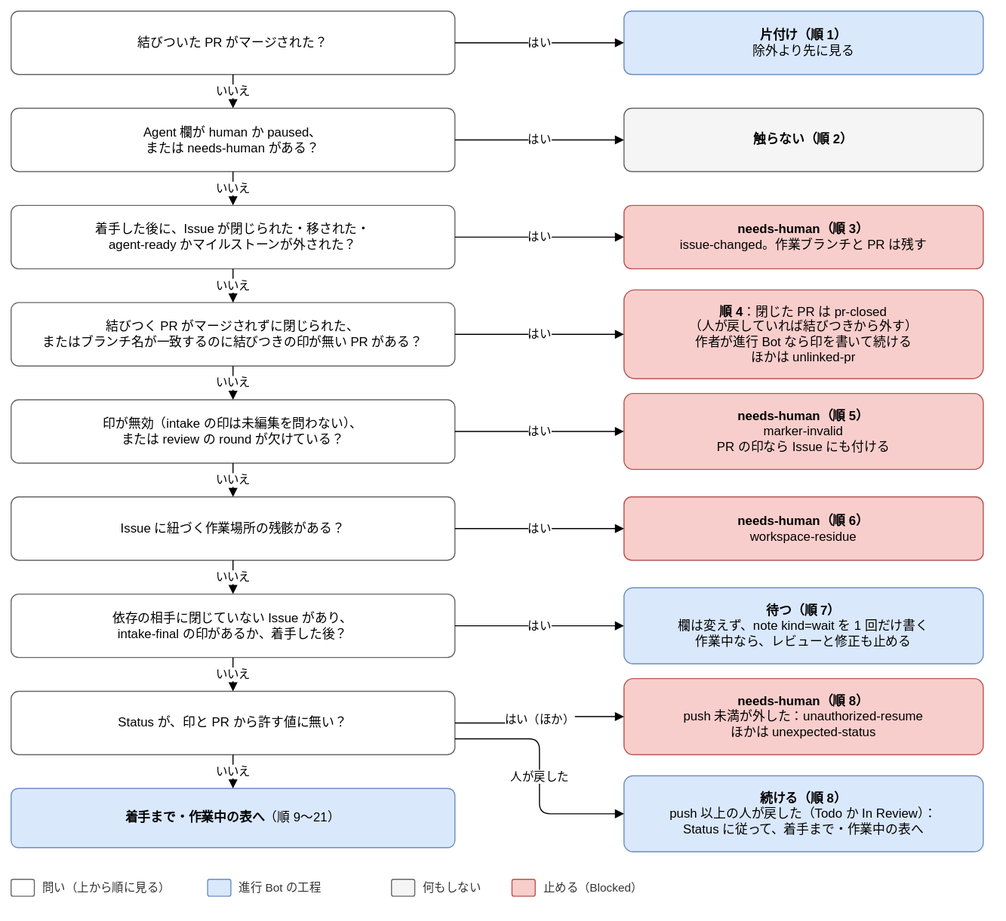
This is docs/design/basic/diagrams/02-next-step-stops.drawio.svg from Joymerrevent/dev-autopilot, a draw.io export, as it was before one commit. Source tidied: cells renumbered, new cells last; positions are measured from the earlier drawing's top-left corner, leaving out a move shared by most shapes.
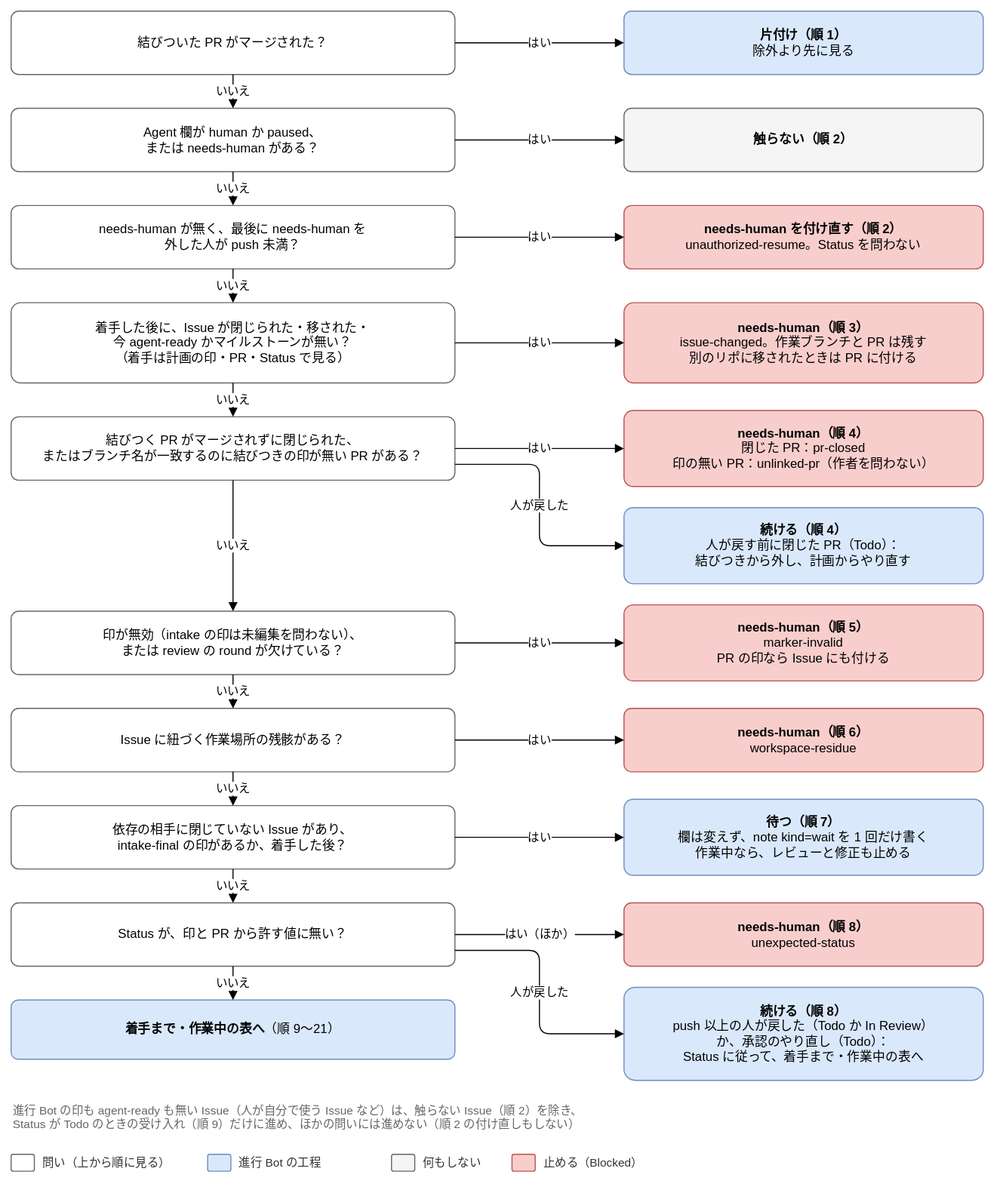
After the commit.

What changed in the source:
```diff
@@ -23,23 +23,23 @@
     <mxCell id="8" value="いいえ" style="edgeStyle=orthogonalEdgeStyle;rounded=1;html=1;endArrow=block;endFill=1;fontSize=11;labelBackgroundColor=#ffffff;exitX=0.5;exitY=1;exitDx=0;exitDy=0;entryX=0.5;entryY=0;entryDx=0;entryDy=0;" parent="1" edge="1" source="2" target="5">
       <mxGeometry relative="1" as="geometry" />
     </mxCell>
-    <mxCell id="9" value="着手した後に、Issue が閉じられた・移された・&lt;br&gt;agent-ready かマイルストーンが外された？" style="rounded=1;whiteSpace=wrap;html=1;fontSize=12;arcSize=12;spacing=12;fillColor=#ffffff;strokeColor=#666666;" parent="1" vertex="1">
-      <mxGeometry y="184" width="420" height="60" as="geometry" />
+    <mxCell id="9" value="着手した後に、Issue が閉じられた・移された・&lt;br&gt;今 agent-ready かマイルストーンが無い？&lt;br&gt;（着手は計画の印・PR・Status で見る）" style="rounded=1;whiteSpace=wrap;html=1;fontSize=12;arcSize=12;spacing=12;fillColor=#ffffff;strokeColor=#666666;" parent="1" vertex="1">
+      <mxGeometry y="276" width="420" height="76" as="geometry" />
     </mxCell>
-    <mxCell id="10" value="&lt;b&gt;needs-human（順 3）&lt;/b&gt;&lt;br&gt;issue-changed。作業ブランチと PR は残す" style="rounded=1;whiteSpace=wrap;html=1;fontSize=12;arcSize=12;spacing=12;fillColor=#f8cecc;strokeColor=#b85450;" parent="1" vertex="1">
-      <mxGeometry x="580" y="184" width="340" height="60" as="geometry" />
+    <mxCell id="10" value="&lt;b&gt;needs-human（順 3）&lt;/b&gt;&lt;br&gt;issue-changed。作業ブランチと PR は残す&lt;br&gt;別のリポに移されたときは PR に付ける" style="rounded=1;whiteSpace=wrap;html=1;fontSize=12;arcSize=12;spacing=12;fillColor=#f8cecc;strokeColor=#b85450;" parent="1" vertex="1">
+      <mxGeometry x="580" y="276" width="340" height="76" as="geometry" />
     </mxCell>
     <mxCell id="11" value="はい" style="edgeStyle=orthogonalEdgeStyle;rounded=1;html=1;endArrow=block;endFill=1;fontSize=11;labelBackgroundColor=#ffffff;exitX=1;exitY=0.5;exitDx=0;exitDy=0;entryX=0;entryY=0.5;entryDx=0;entryDy=0;" parent="1" edge="1" source="9" target="10">
       <mxGeometry relative="1" as="geometry" />
     </mxCell>
-    <mxCell id="12" value="いいえ" style="edgeStyle=orthogonalEdgeStyle;rounded=1;html=1;endArrow=block;endFill=1;fontSize=11;labelBackgroundColor=#ffffff;exitX=0.5;exitY=1;exitDx=0;exitDy=0;entryX=0.5;entryY=0;entryDx=0;entryDy=0;" parent="1" edge="1" source="5" target="9">
+    <mxCell id="12" value="いいえ" style="edgeStyle=orthogonalEdgeStyle;rounded=1;html=1;endArrow=block;endFill=1;fontSize=11;labelBackgroundColor=#ffffff;exitX=0.5;exitY=1;exitDx=0;exitDy=0;entryX=0.5;entryY=0;entryDx=0;entryDy=0;" parent="1" edge="1" source="5" target="45">
       <mxGeometry relative="1" as="geometry" />
     </mxCell>
     <mxCell id="13" value="結びつく PR がマージされずに閉じられた、&lt;br&gt;またはブランチ名が一致するのに結びつきの印が無い PR がある？" style="rounded=1;whiteSpace=wrap;html=1;fontSize=12;arcSize=12;spacing=12;fillColor=#ffffff;strokeColor=#666666;" parent="1" vertex="1">
-      <mxGeometry y="276" width="420" height="60" as="geometry" />
+      <mxGeometry y="384" width="420" height="60" as="geometry" />
     </mxCell>
-    <mxCell id="14" value="&lt;b&gt;順 4&lt;/b&gt;：閉じた PR は pr-closed&lt;br&gt;（人が戻していれば結びつきから外す）&lt;br&gt;作者が進行 Bot なら印を書いて続ける&lt;br&gt;ほかは unlinked-pr" style="rounded=1;whiteSpace=wrap;html=1;fontSize=12;arcSize=12;spacing=12;fillColor=#f8cecc;strokeColor=#b85450;" parent="1" vertex="1">
-      <mxGeometry x="580" y="264" width="340" height="84" as="geometry" />
+    <mxCell id="14" value="&lt;b&gt;needs-human（順 4）&lt;/b&gt;&lt;br&gt;閉じた PR：pr-closed&lt;br&gt;印の無い PR：unlinked-pr（作者を問わない）" style="rounded=1;whiteSpace=wrap;html=1;fontSize=12;arcSize=12;spacing=12;fillColor=#f8cecc;strokeColor=#b85450;" parent="1" vertex="1">
+      <mxGeometry x="580" y="378" width="340" height="72" as="geometry" />
     </mxCell>
     <mxCell id="15" value="はい" style="edgeStyle=orthogonalEdgeStyle;rounded=1;html=1;endArrow=block;endFill=1;fontSize=11;labelBackgroundColor=#ffffff;exitX=1;exitY=0.5;exitDx=0;exitDy=0;entryX=0;entryY=0.5;entryDx=0;entryDy=0;" parent="1" edge="1" source="13" target="14">
       <mxGeometry relative="1" as="geometry" />
@@ -48,10 +48,10 @@
       <mxGeometry relative="1" as="geometry" />
     </mxCell>
     <mxCell id="17" value="印が無効（intake の印は未編集を問わない）、&lt;br&gt;または review の round が欠けている？" style="rounded=1;whiteSpace=wrap;html=1;fontSize=12;arcSize=12;spacing=12;fillColor=#ffffff;strokeColor=#666666;" parent="1" vertex="1">
-      <mxGeometry y="368" width="420" height="60" as="geometry" />
+      <mxGeometry y="568" width="420" height="60" as="geometry" />
     </mxCell>
     <mxCell id="18" value="&lt;b&gt;needs-human（順 5）&lt;/b&gt;&lt;br&gt;marker-invalid&lt;br&gt;PR の印なら Issue にも付ける" style="rounded=1;whiteSpace=wrap;html=1;fontSize=12;arcSize=12;spacing=12;fillColor=#f8cecc;strokeColor=#b85450;" parent="1" vertex="1">
-      <mxGeometry x="580" y="362" width="340" height="72" as="geometry" />
+      <mxGeometry x="580" y="562" width="340" height="72" as="geometry" />
     </mxCell>
     <mxCell id="19" value="はい" style="edgeStyle=orthogonalEdgeStyle;rounded=1;html=1;endArrow=block;endFill=1;fontSize=11;labelBackgroundColor=#ffffff;exitX=1;exitY=0.5;exitDx=0;exitDy=0;entryX=0;entryY=0.5;entryDx=0;entryDy=0;" parent="1" edge="1" source="17" target="18">
       <mxGeometry relative="1" as="geometry" />
@@ -60,10 +60,10 @@
       <mxGeometry relative="1" as="geometry" />
     </mxCell>
     <mxCell id="21" value="Issue に紐づく作業場所の残骸がある？" style="rounded=1;whiteSpace=wrap;html=1;fontSize=12;arcSize=12;spacing=12;fillColor=#ffffff;strokeColor=#666666;" parent="1" vertex="1">
-      <mxGeometry y="460" width="420" height="60" as="geometry" />
+      <mxGeometry y="660" width="420" height="60" as="geometry" />
     </mxCell>
     <mxCell id="22" value="&lt;b&gt;needs-human（順 6）&lt;/b&gt;&lt;br&gt;workspace-residue" style="rounded=1;whiteSpace=wrap;html=1;fontSize=12;arcSize=12;spacing=12;fillColor=#f8cecc;strokeColor=#b85450;" parent="1" vertex="1">
-      <mxGeometry x="580" y="460" width="340" height="60" as="geometry" />
+      <mxGeometry x="580" y="660" width="340" height="60" as="geometry" />
     </mxCell>
     <mxCell id="23" value="はい" style="edgeStyle=orthogonalEdgeStyle;rounded=1;html=1;endArrow=block;endFill=1;fontSize=11;labelBackgroundColor=#ffffff;exitX=1;exitY=0.5;exitDx=0;exitDy=0;entryX=0;entryY=0.5;entryDx=0;entryDy=0;" parent="1" edge="1" source="21" target="22">
       <mxGeometry relative="1" as="geometry" />
@@ -72,10 +72,10 @@
       <mxGeometry relative="1" as="geometry" />
     </mxCell>
     <mxCell id="25" value="依存の相手に閉じていない Issue があり、&lt;br&gt;intake-final の印があるか、着手した後？" style="rounded=1;whiteSpace=wrap;html=1;fontSize=12;arcSize=12;spacing=12;fillColor=#ffffff;strokeColor=#666666;" parent="1" vertex="1">
-      <mxGeometry y="552" width="420" height="60" as="geometry" />
+      <mxGeometry y="752" width="420" height="60" as="geometry" />
     </mxCell>
     <mxCell id="26" value="&lt;b&gt;待つ（順 7）&lt;/b&gt;&lt;br&gt;欄は変えず、note kind=wait を 1 回だけ書く&lt;br&gt;作業中なら、レビューと修正も止める" style="rounded=1;whiteSpace=wrap;html=1;fontSize=12;arcSize=12;spacing=12;fillColor=#dae8fc;strokeColor=#6c8ebf;" parent="1" vertex="1">
-      <mxGeometry x="580" y="546" width="340" height="72" as="geometry" />
+      <mxGeometry x="580" y="746" width="340" height="72" as="geometry" />
     </mxCell>
     <mxCell id="27" value="はい" style="edgeStyle=orthogonalEdgeStyle;rounded=1;html=1;endArrow=block;endFill=1;fontSize=11;labelBackgroundColor=#ffffff;exitX=1;exitY=0.5;exitDx=0;exitDy=0;entryX=0;entryY=0.5;entryDx=0;entryDy=0;" parent="1" edge="1" source="25" target="26">
       <mxGeometry relative="1" as="geometry" />
@@ -84,10 +84,10 @@
       <mxGeometry relative="1" as="geometry" />
     </mxCell>
     <mxCell id="29" value="Status が、印と PR から許す値に無い？" style="rounded=1;whiteSpace=wrap;html=1;fontSize=12;arcSize=12;spacing=12;fillColor=#ffffff;strokeColor=#666666;" parent="1" vertex="1">
-      <mxGeometry y="644" width="420" height="60" as="geometry" />
+      <mxGeometry y="844" width="420" height="60" as="geometry" />
     </mxCell>
-    <mxCell id="30" value="&lt;b&gt;needs-human（順 8）&lt;/b&gt;&lt;br&gt;push 未満が外した：unauthorized-resume&lt;br&gt;ほかは unexpected-status" style="rounded=1;whiteSpace=wrap;html=1;fontSize=12;arcSize=12;spacing=12;fillColor=#f8cecc;strokeColor=#b85450;" parent="1" vertex="1">
-      <mxGeometry x="580" y="632" width="340" height="72" as="geometry" />
+    <mxCell id="30" value="&lt;b&gt;needs-human（順 8）&lt;/b&gt;&lt;br&gt;unexpected-status" style="rounded=1;whiteSpace=wrap;html=1;fontSize=12;arcSize=12;spacing=12;fillColor=#f8cecc;strokeColor=#b85450;" parent="1" vertex="1">
+      <mxGeometry x="580" y="844" width="340" height="60" as="geometry" />
     </mxCell>
     <mxCell id="31" value="はい（ほか）" style="edgeStyle=orthogonalEdgeStyle;rounded=1;html=1;endArrow=block;endFill=1;fontSize=11;labelBackgroundColor=#ffffff;exitX=1;exitY=0.5;exitDx=0;exitDy=0;entryX=0;entryY=0.5;entryDx=0;entryDy=0;" parent="1" edge="1" source="29" target="30">
       <mxGeometry relative="1" as="geometry" />
@@ -96,40 +96,61 @@
       <mxGeometry relative="1" as="geometry" />
     </mxCell>
     <mxCell id="33" value="&lt;b&gt;着手まで・作業中の表へ&lt;/b&gt;（順 9〜21）" style="rounded=1;whiteSpace=wrap;html=1;fontSize=12;arcSize=12;spacing=12;fillColor=#dae8fc;strokeColor=#6c8ebf;" parent="1" vertex="1">
-      <mxGeometry y="736" width="420" height="56" as="geometry" />
+      <mxGeometry y="936" width="420" height="56" as="geometry" />
     </mxCell>
     <mxCell id="34" value="いいえ" style="edgeStyle=orthogonalEdgeStyle;rounded=1;html=1;endArrow=block;endFill=1;fontSize=11;labelBackgroundColor=#ffffff;exitX=0.5;exitY=1;exitDx=0;exitDy=0;entryX=0.5;entryY=0;entryDx=0;entryDy=0;" parent="1" edge="1" source="29" target="33">
       <mxGeometry relative="1" as="geometry" />
     </mxCell>
     <mxCell id="35" style="rounded=1;whiteSpace=wrap;html=1;fontSize=12;arcSize=12;spacing=12;fillColor=#ffffff;strokeColor=#666666;" parent="1" vertex="1">
-      <mxGeometry y="822" width="22" height="16" as="geometry" />
+      <mxGeometry y="1082" width="22" height="16" as="geometry" />
     </mxCell>
     <mxCell id="36" value="問い（上から順に見る）" style="text;html=1;align=left;verticalAlign=middle;fontSize=11;fontColor=#333333;" parent="1" vertex="1">
-      <mxGeometry x="28" y="820" width="142" height="20" as="geometry" />
+      <mxGeometry x="28" y="1080" width="142" height="20" as="geometry" />
     </mxCell>
     <mxCell id="37" style="rounded=1;whiteSpace=wrap;html=1;fontSize=12;arcSize=12;spacing=12;fillColor=#dae8fc;strokeColor=#6c8ebf;" parent="1" vertex="1">
-      <mxGeometry x="186" y="822" width="22" height="16" as="geometry" />
+      <mxGeometry x="186" y="1082" width="22" height="16" as="geometry" />
     </mxCell>
     <mxCell id="38" value="進行 Bot の工程" style="text;html=1;align=left;verticalAlign=middle;fontSize=11;fontColor=#333333;" parent="1" vertex="1">
-      <mxGeometry x="214" y="820" width="130" height="20" as="geometry" />
+      <mxGeometry x="214" y="1080" width="130" height="20" as="geometry" />
     </mxCell>
     <mxCell id="39" style="rounded=1;whiteSpace=wrap;html=1;fontSize=12;arcSize=12;spacing=12;fillColor=#f5f5f5;strokeColor=#666666;" parent="1" vertex="1">
-      <mxGeometry x="360" y="822" width="22" height="16" as="geometry" />
+      <mxGeometry x="360" y="1082" width="22" height="16" as="geometry" />
     </mxCell>
     <mxCell id="40" value="何もしない" style="text;html=1;align=left;verticalAlign=middle;fontSize=11;fontColor=#333333;" parent="1" vertex="1">
-      <mxGeometry x="388" y="820" width="70" height="20" as="geometry" />
+      <mxGeometry x="388" y="1080" width="70" height="20" as="geometry" />
     </mxCell>
     <mxCell id="41" style="rounded=1;whiteSpace=wrap;html=1;fontSize=12;arcSize=12;spacing=12;fillColor=#f8cecc;strokeColor=#b85450;" parent="1" vertex="1">
-      <mxGeometry x="474" y="822" width="22" height="16" as="geometry" />
+      <mxGeometry x="474" y="1082" width="22" height="16" as="geometry" />
     </mxCell>
     <mxCell id="42" value="止める（Blocked）" style="text;html=1;align=left;verticalAlign=middle;fontSize=11;fontColor=#333333;" parent="1" vertex="1">
-      <mxGeometry x="502" y="820" width="154" height="20" as="geometry" />
+      <mxGeometry x="502" y="1080" width="154" height="20" as="geometry" />
     </mxCell>
-    <mxCell id="43" value="&lt;b&gt;続ける（順 8）&lt;/b&gt;&lt;br&gt;push 以上の人が戻した（Todo か In Review）：&lt;br&gt;Status に従って、着手まで・作業中の表へ" style="rounded=1;whiteSpace=wrap;html=1;fontSize=12;arcSize=12;spacing=12;fillColor=#dae8fc;strokeColor=#6c8ebf;" parent="1" vertex="1">
-      <mxGeometry x="580" y="724" width="340" height="72" as="geometry" />
+    <mxCell id="43" value="&lt;b&gt;続ける（順 8）&lt;/b&gt;&lt;br&gt;push 以上の人が戻した（Todo か In Review）&lt;br&gt;か、承認のやり直し（Todo）：&lt;br&gt;Status に従って、着手まで・作業中の表へ" style="rounded=1;whiteSpace=wrap;html=1;fontSize=12;arcSize=12;spacing=12;fillColor=#dae8fc;strokeColor=#6c8ebf;" parent="1" vertex="1">
+      <mxGeometry x="580" y="924" width="340" height="88" as="geometry" />
     </mxCell>
     <mxCell id="44" value="人が戻した" style="edgeStyle=orthogonalEdgeStyle;rounded=1;html=1;endArrow=block;endFill=1;fontSize=11;labelBackgroundColor=#ffffff;exitX=1;exitY=0.75;exitDx=0;exitDy=0;entryX=0;entryY=0.5;entryDx=0;entryDy=0;" parent="1" edge="1" source="29" target="43">
       <mxGeometry relative="1" as="geometry" />
     </mxCell>
+    <mxCell id="45" value="needs-human が無く、最後に needs-human を&lt;br&gt;外した人が push 未満？" style="rounded=1;whiteSpace=wrap;html=1;fontSize=12;arcSize=12;spacing=12;fillColor=#ffffff;strokeColor=#666666;" parent="1" vertex="1">
+      <mxGeometry y="184" width="420" height="60" as="geometry" />
+    </mxCell>
+    <mxCell id="46" value="&lt;b&gt;needs-human を付け直す（順 2）&lt;/b&gt;&lt;br&gt;unauthorized-resume。Status を問わない" style="rounded=1;whiteSpace=wrap;html=1;fontSize=12;arcSize=12;spacing=12;fillColor=#f8cecc;strokeColor=#b85450;" parent="1" vertex="1">
+      <mxGeometry x="580" y="184" width="340" height="60" as="geometry" />
+    </mxCell>
+    <mxCell id="47" value="いいえ" style="edgeStyle=orthogonalEdgeStyle;rounded=1;html=1;endArrow=block;endFill=1;fontSize=11;labelBackgroundColor=#ffffff;exitX=0.5;exitY=1;exitDx=0;exitDy=0;entryX=0.5;entryY=0;entryDx=0;entryDy=0;" parent="1" edge="1" source="45" target="9">
+      <mxGeometry relative="1" as="geometry" />
+    </mxCell>
+    <mxCell id="48" value="はい" style="edgeStyle=orthogonalEdgeStyle;rounded=1;html=1;endArrow=block;endFill=1;fontSize=11;labelBackgroundColor=#ffffff;exitX=1;exitY=0.5;exitDx=0;exitDy=0;entryX=0;entryY=0.5;entryDx=0;entryDy=0;" parent="1" edge="1" source="45" target="46">
+      <mxGeometry relative="1" as="geometry" />
+    </mxCell>
+    <mxCell id="49" value="&lt;b&gt;続ける（順 4）&lt;/b&gt;&lt;br&gt;人が戻す前に閉じた PR（Todo）：&lt;br&gt;結びつきから外し、計画からやり直す" style="rounded=1;whiteSpace=wrap;html=1;fontSize=12;arcSize=12;spacing=12;fillColor=#dae8fc;strokeColor=#6c8ebf;" parent="1" vertex="1">
+      <mxGeometry x="580" y="470" width="340" height="72" as="geometry" />
+    </mxCell>
+    <mxCell id="50" value="人が戻した" style="edgeStyle=orthogonalEdgeStyle;rounded=1;html=1;endArrow=block;endFill=1;fontSize=11;labelBackgroundColor=#ffffff;exitX=1;exitY=0.75;exitDx=0;exitDy=0;entryX=0;entryY=0.5;entryDx=0;entryDy=0;" parent="1" edge="1" source="13" target="49">
+      <mxGeometry relative="1" as="geometry" />
+    </mxCell>
+    <mxCell id="51" value="進行 Bot の印も agent-ready も無い Issue（人が自分で使う Issue など）は、触らない Issue（順 2）を除き、&lt;br&gt;Status が Todo のときの受け入れ（順 9）だけに進め、ほかの問いには進めない（順 2 の付け直しもしない）" style="text;html=1;whiteSpace=wrap;align=left;verticalAlign=top;fontSize=11;fontColor=#666666;" parent="1" vertex="1">
+      <mxGeometry y="1028" width="920" height="36" as="geometry" />
+    </mxCell>
   </root>
 </mxGraphModel>
```
